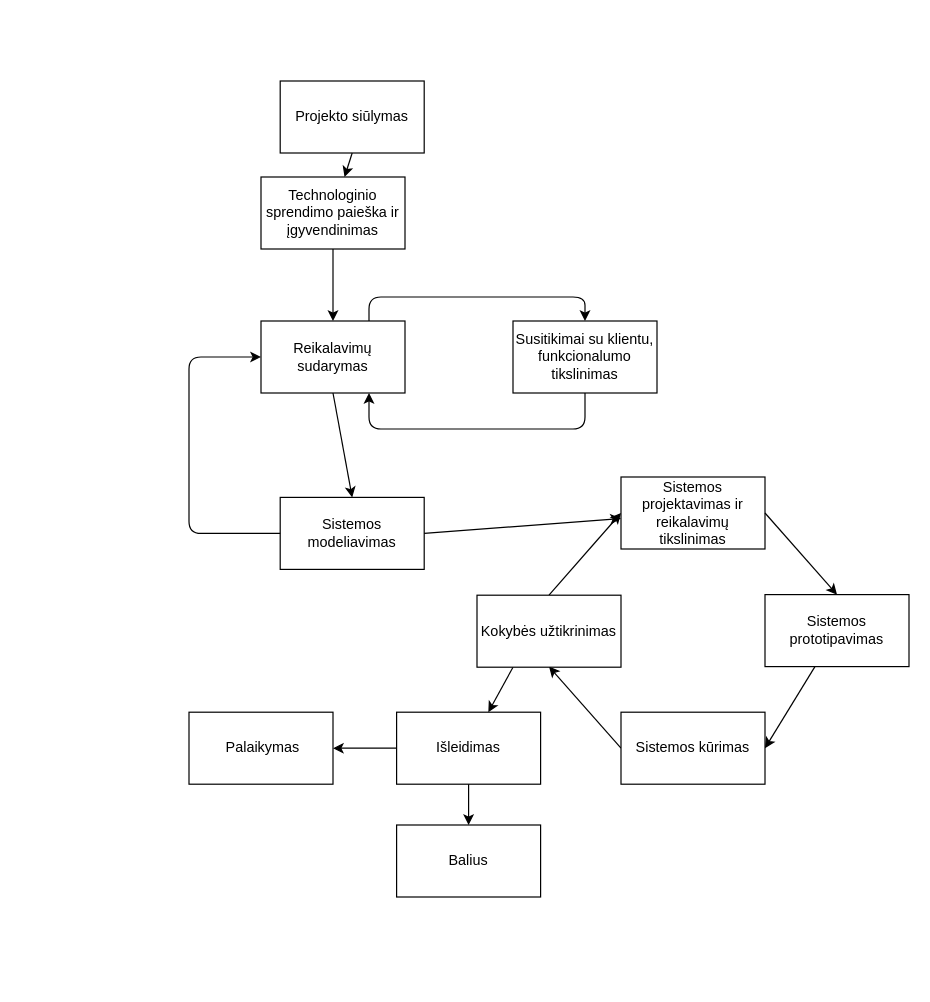
The draw.io diagram SoftwareProcessMoonTechnologies.drawio in DziugasMazulis/PKP, before the edit. Source tidied: cells renumbered, new cells numbered last; positions are measured from the earlier drawing's top-left corner, leaving out a move shared by most shapes. Both pictures are drawn from the tidied source at 120%, with x=0, y=0 at pixel (188, 80).
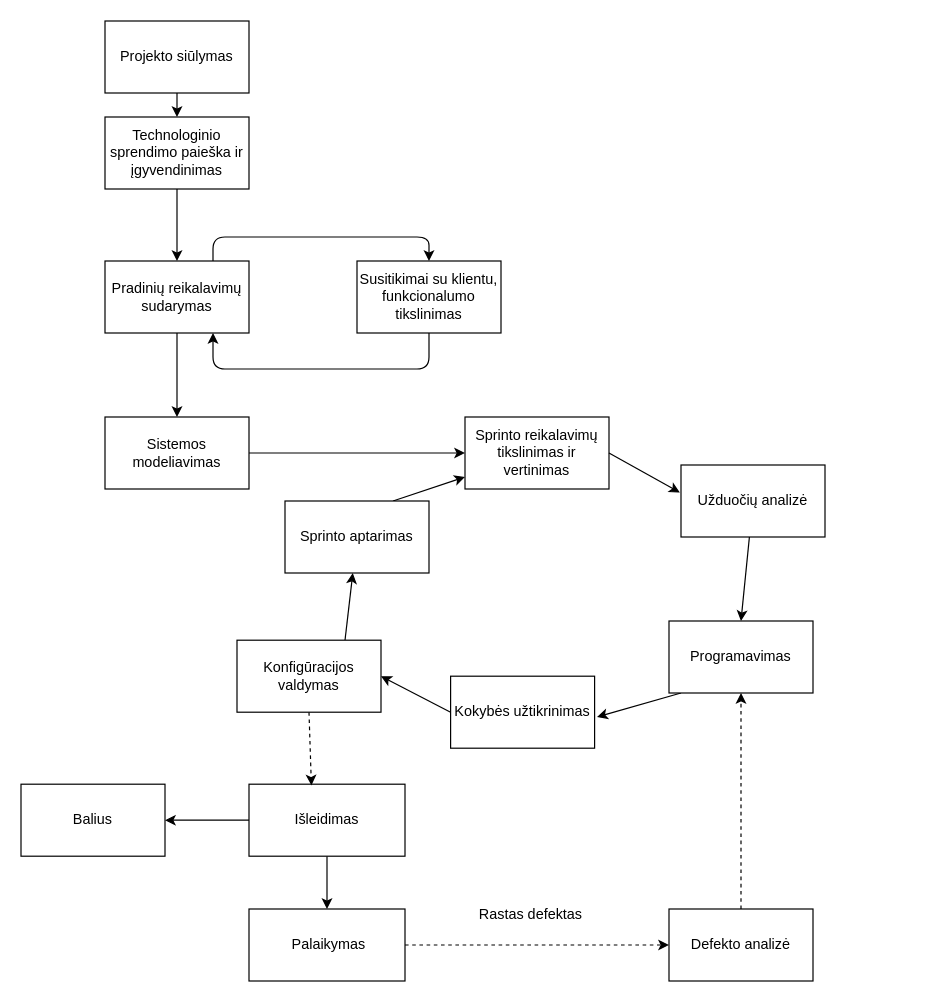
Above is the later version.

Commit message (it also covers changes not shown here):
perfect diagram

The edit, as a diff of the source:
```diff
@@
     <mxCell id="2" value="Projekto siūlymas" style="rounded=0;whiteSpace=wrap;html=1;" parent="1" vertex="1">
-      <mxGeometry x="76" width="120" height="60" as="geometry" />
+      <mxGeometry x="-70" y="-50" width="120" height="60" as="geometry" />
     </mxCell>
     <mxCell id="3" value="Technologinio sprendimo paieška ir įgyvendinimas" style="rounded=0;whiteSpace=wrap;html=1;" parent="1" vertex="1">
-      <mxGeometry x="60" y="80" width="120" height="60" as="geometry" />
+      <mxGeometry x="-70" y="30" width="120" height="60" as="geometry" />
     </mxCell>
@@
-    <mxCell id="5" value="Reikalavimų sudarymas" style="rounded=0;whiteSpace=wrap;html=1;" parent="1" vertex="1">
-      <mxGeometry x="60" y="200" width="120" height="60" as="geometry" />
+    <mxCell id="5" value="Pradinių reikalavimų sudarymas" style="rounded=0;whiteSpace=wrap;html=1;" parent="1" vertex="1">
+      <mxGeometry x="-70" y="150" width="120" height="60" as="geometry" />
     </mxCell>
     <mxCell id="6" value="Susitikimai su klientu, funkcionalumo tikslinimas" style="rounded=0;whiteSpace=wrap;html=1;" parent="1" vertex="1">
-      <mxGeometry x="270" y="200" width="120" height="60" as="geometry" />
+      <mxGeometry x="140" y="150" width="120" height="60" as="geometry" />
     </mxCell>
     <mxCell id="7" style="edgeStyle=elbowEdgeStyle;elbow=horizontal;endArrow=classic;html=1;exitX=0.75;exitY=0;exitDx=0;exitDy=0;entryX=0.5;entryY=0;entryDx=0;entryDy=0;" parent="1" edge="1" source="5" target="6">
       <mxGeometry relative="1" as="geometry">
         <Array as="points">
-          <mxPoint x="250" y="180" />
+          <mxPoint x="120" y="130" />
         </Array>
       </mxGeometry>
     </mxCell>
     <mxCell id="8" style="edgeStyle=elbowEdgeStyle;elbow=horizontal;endArrow=classic;html=1;entryX=0.75;entryY=1;entryDx=0;entryDy=0;exitX=0.5;exitY=1;exitDx=0;exitDy=0;" parent="1" edge="1" source="6" target="5">
       <mxGeometry relative="1" as="geometry">
         <Array as="points">
-          <mxPoint x="240" y="290" />
+          <mxPoint x="110" y="240" />
         </Array>
       </mxGeometry>
     </mxCell>
     <mxCell id="9" value="Sistemos modeliavimas" style="rounded=0;whiteSpace=wrap;html=1;" parent="1" vertex="1">
-      <mxGeometry x="76" y="347" width="120" height="60" as="geometry" />
+      <mxGeometry x="-70" y="280" width="120" height="60" as="geometry" />
     </mxCell>
-    <mxCell id="10" style="edgeStyle=elbowEdgeStyle;elbow=horizontal;endArrow=classic;html=1;entryX=0;entryY=0.5;entryDx=0;entryDy=0;exitX=0;exitY=0.5;exitDx=0;exitDy=0;" parent="1" edge="1" source="9" target="5">
-      <mxGeometry relative="1" as="geometry">
-        <Array as="points">
-          <mxPoint y="300" />
-        </Array>
-      </mxGeometry>
-    </mxCell>
@@
-    <mxCell id="13" value="Sistemos projektavimas ir reikalavimų tikslinimas" style="rounded=0;whiteSpace=wrap;html=1;" parent="1" vertex="1">
-      <mxGeometry x="360" y="330" width="120" height="60" as="geometry" />
+    <mxCell id="13" value="Sprinto reikalavimų tikslinimas ir vertinimas" style="rounded=0;whiteSpace=wrap;html=1;" parent="1" vertex="1">
+      <mxGeometry x="230" y="280" width="120" height="60" as="geometry" />
     </mxCell>
-    <mxCell id="14" value="Sistemos prototipavimas" style="rounded=0;whiteSpace=wrap;html=1;" parent="1" vertex="1">
-      <mxGeometry x="480" y="428" width="120" height="60" as="geometry" />
+    <mxCell id="14" value="Užduočių analizė" style="rounded=0;whiteSpace=wrap;html=1;" parent="1" vertex="1">
+      <mxGeometry x="410" y="320" width="120" height="60" as="geometry" />
     </mxCell>
-    <mxCell id="15" style="rounded=0;jettySize=auto;html=1;exitX=0;exitY=0.5;exitDx=0;exitDy=0;entryX=0.5;entryY=1;entryDx=0;entryDy=0;" parent="1" edge="1" source="17">
+    <mxCell id="15" style="rounded=0;orthogonalLoop=1;jettySize=auto;html=1;exitX=0;exitY=0.5;exitDx=0;exitDy=0;" parent="1" edge="1">
       <mxGeometry relative="1" as="geometry">
-        <mxPoint x="300" y="488" as="targetPoint" />
+        <mxPoint x="410" y="510" as="sourcePoint" />
+        <mxPoint x="340" y="530" as="targetPoint" />
+        <Array as="points">
+          <mxPoint x="410" y="510" />
+        </Array>
       </mxGeometry>
     </mxCell>
-    <mxCell id="16" style="edgeStyle=none;rounded=0;jettySize=auto;html=1;exitX=0.25;exitY=1;exitDx=0;exitDy=0;" parent="1" edge="1" source="19" target="24">
-      <mxGeometry relative="1" as="geometry" />
-    </mxCell>
-    <mxCell id="17" value="Sistemos kūrimas" style="rounded=0;whiteSpace=wrap;html=1;" parent="1" vertex="1">
-      <mxGeometry x="360" y="526" width="120" height="60" as="geometry" />
+    <mxCell id="17" value="Programavimas" style="rounded=0;whiteSpace=wrap;html=1;" parent="1" vertex="1">
+      <mxGeometry x="400" y="450" width="120" height="60" as="geometry" />
     </mxCell>
-    <mxCell id="18" style="edgeStyle=none;rounded=0;jettySize=auto;html=1;entryX=0;entryY=0.5;entryDx=0;entryDy=0;exitX=0.5;exitY=0;exitDx=0;exitDy=0;" parent="1" edge="1" source="19" target="13">
-      <mxGeometry relative="1" as="geometry" />
-    </mxCell>
+    <mxCell id="28" style="rounded=0;jettySize=auto;html=1;exitX=0;exitY=0.5;exitDx=0;exitDy=0;entryX=1;entryY=0.5;entryDx=0;entryDy=0;" parent="1" edge="1" source="19" target="35">
+      <mxGeometry relative="1" as="geometry" />
+    </mxCell>
     <mxCell id="19" value="Kokybės užtikrinimas" style="rounded=0;whiteSpace=wrap;html=1;" parent="1" vertex="1">
-      <mxGeometry x="240" y="428.5" width="120" height="60" as="geometry" />
+      <mxGeometry x="218" y="496" width="120" height="60" as="geometry" />
     </mxCell>
@@
-    <mxCell id="21" style="endArrow=classic;html=1;exitX=1;exitY=0.5;exitDx=0;exitDy=0;entryX=0.5;entryY=0;entryDx=0;entryDy=0;" parent="1" edge="1" source="13" target="14">
+    <mxCell id="21" style="endArrow=classic;html=1;exitX=1;exitY=0.5;exitDx=0;exitDy=0;entryX=-0.008;entryY=0.383;entryDx=0;entryDy=0;entryPerimeter=0;" parent="1" edge="1" source="13" target="14">
       <mxGeometry relative="1" as="geometry" />
     </mxCell>
-    <mxCell id="22" style="endArrow=classic;html=1;entryX=1;entryY=0.5;entryDx=0;entryDy=0;" parent="1" edge="1" source="14" target="17">
-      <mxGeometry relative="1" as="geometry" />
+    <mxCell id="22" style="endArrow=classic;html=1;" parent="1" edge="1" source="14">
+      <mxGeometry relative="1" as="geometry">
+        <mxPoint x="460" y="450" as="targetPoint" />
+        <Array as="points">
+          <mxPoint x="460" y="450" />
+        </Array>
+      </mxGeometry>
     </mxCell>
-    <mxCell id="23" style="edgeStyle=none;rounded=0;jettySize=auto;html=1;exitX=0;exitY=0.5;exitDx=0;exitDy=0;entryX=1;entryY=0.5;entryDx=0;entryDy=0;" parent="1" edge="1" source="24" target="26">
+    <mxCell id="23" style="edgeStyle=none;rounded=0;jettySize=auto;html=1;exitX=0.5;exitY=1;exitDx=0;exitDy=0;entryX=0.5;entryY=0;entryDx=0;entryDy=0;" parent="1" edge="1" source="24" target="26">
       <mxGeometry relative="1" as="geometry" />
     </mxCell>
     <mxCell id="24" value="Išleidimas" style="rounded=0;whiteSpace=wrap;html=1;" parent="1" vertex="1">
-      <mxGeometry x="173" y="526" width="120" height="60" as="geometry" />
+      <mxGeometry x="50" y="586" width="130" height="60" as="geometry" />
     </mxCell>
-    <mxCell id="25" style="edgeStyle=none;rounded=0;jettySize=auto;html=1;exitX=0.5;exitY=1;exitDx=0;exitDy=0;entryX=0.5;entryY=0;entryDx=0;entryDy=0;" parent="1" edge="1" source="24" target="27">
+    <mxCell id="25" style="edgeStyle=none;rounded=0;jettySize=auto;html=1;exitX=0;exitY=0.5;exitDx=0;exitDy=0;entryX=1;entryY=0.5;entryDx=0;entryDy=0;" parent="1" edge="1" source="24" target="27">
       <mxGeometry relative="1" as="geometry" />
     </mxCell>
+    <mxCell id="29" style="edgeStyle=orthogonalEdgeStyle;rounded=0;jettySize=auto;html=1;exitX=1;exitY=0.5;exitDx=0;exitDy=0;dashed=1;entryX=0;entryY=0.5;entryDx=0;entryDy=0;" parent="1" edge="1" source="26" target="31">
+      <mxGeometry relative="1" as="geometry" />
+    </mxCell>
     <mxCell id="26" value="&amp;nbsp;Palaikymas" style="rounded=0;whiteSpace=wrap;html=1;" parent="1" vertex="1">
-      <mxGeometry y="526" width="120" height="60" as="geometry" />
+      <mxGeometry x="50" y="690" width="130" height="60" as="geometry" />
     </mxCell>
     <mxCell id="27" value="Balius" style="rounded=0;whiteSpace=wrap;html=1;" parent="1" vertex="1">
-      <mxGeometry x="173" y="620" width="120" height="60" as="geometry" />
+      <mxGeometry x="-140" y="586" width="120" height="60" as="geometry" />
     </mxCell>
+    <mxCell id="30" style="edgeStyle=orthogonalEdgeStyle;rounded=0;jettySize=auto;html=1;exitX=0.5;exitY=0;exitDx=0;exitDy=0;entryX=0.5;entryY=1;entryDx=0;entryDy=0;dashed=1;" parent="1" edge="1" source="31" target="17">
+      <mxGeometry relative="1" as="geometry">
+        <Array as="points">
+          <mxPoint x="460" y="660" />
+        </Array>
+      </mxGeometry>
+    </mxCell>
+    <mxCell id="31" value="Defekto analizė" style="rounded=0;whiteSpace=wrap;html=1;" parent="1" vertex="1">
+      <mxGeometry x="400" y="690" width="120" height="60" as="geometry" />
+    </mxCell>
+    <mxCell id="32" value="Rastas defektas" style="text;html=1;align=left;verticalAlign=top;spacingTop=-4;" parent="1" vertex="1">
+      <mxGeometry x="240" y="685" width="100" height="20" as="geometry" />
+    </mxCell>
+    <mxCell id="33" style="rounded=0;jettySize=auto;html=1;exitX=0.75;exitY=0;exitDx=0;exitDy=0;" parent="1" edge="1" source="35" target="37">
+      <mxGeometry relative="1" as="geometry" />
+    </mxCell>
+    <mxCell id="34" style="edgeStyle=none;rounded=0;jettySize=auto;html=1;exitX=0.5;exitY=1;exitDx=0;exitDy=0;entryX=0.4;entryY=0.017;entryDx=0;entryDy=0;entryPerimeter=0;dashed=1;" parent="1" edge="1" source="35" target="24">
+      <mxGeometry relative="1" as="geometry" />
+    </mxCell>
+    <mxCell id="35" value="Konfigūracijos valdymas" style="rounded=0;whiteSpace=wrap;html=1;" parent="1" vertex="1">
+      <mxGeometry x="40" y="466" width="120" height="60" as="geometry" />
+    </mxCell>
+    <mxCell id="36" style="edgeStyle=none;rounded=0;jettySize=auto;html=1;exitX=0.75;exitY=0;exitDx=0;exitDy=0;" parent="1" edge="1" source="37" target="13">
+      <mxGeometry relative="1" as="geometry" />
+    </mxCell>
+    <mxCell id="37" value="Sprinto aptarimas" style="rounded=0;whiteSpace=wrap;html=1;" parent="1" vertex="1">
+      <mxGeometry x="80" y="350" width="120" height="60" as="geometry" />
+    </mxCell>
```
